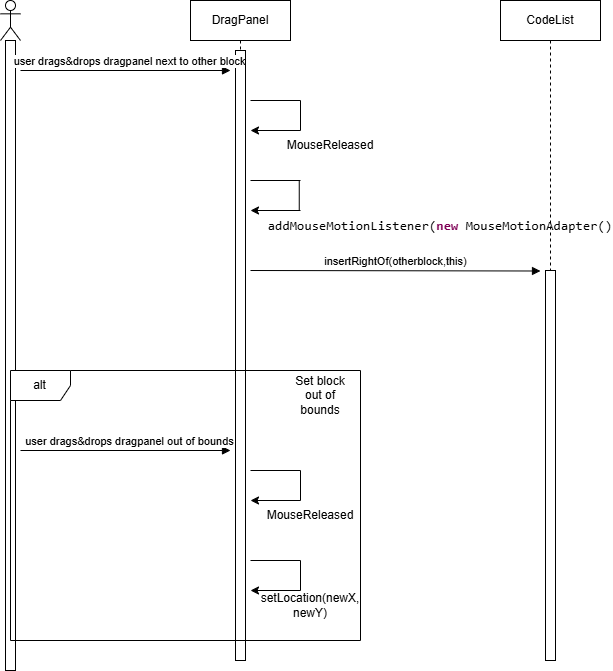
Before: 3-paradoteo/Sequence use case 5.drawio.png, a diagram exported from draw.io (VasilisMichanetzis/Software-engineering-project-2025). Source tidied: cells renumbered, new cells last; positions are measured from the earlier drawing's top-left corner, leaving out a move shared by most shapes. Its diagram source:
```xml
<mxGraphModel>
  <root>
    <mxCell id="0" />
    <mxCell id="1" parent="0" />
    <mxCell id="2" style="shape=umlLifeline;perimeter=lifelinePerimeter;whiteSpace=wrap;html=1;newEdgeStyle={&quot;curved&quot;:0,&quot;rounded&quot;:0};participant=umlActor;" parent="1" vertex="1">
      <mxGeometry width="20" height="670" as="geometry" />
    </mxCell>
    <mxCell id="3" style="html=1;perimeter=orthogonalPerimeter;targetShapes=umlLifeline;newEdgeStyle={&quot;curved&quot;:0,&quot;rounded&quot;:0};" parent="2" vertex="1">
      <mxGeometry x="5" y="40" width="10" height="630" as="geometry" />
    </mxCell>
    <mxCell id="4" value="DragPanel" style="shape=umlLifeline;perimeter=lifelinePerimeter;whiteSpace=wrap;html=1;newEdgeStyle={&quot;curved&quot;:0,&quot;rounded&quot;:0};" parent="1" vertex="1">
      <mxGeometry x="190" width="100" height="660" as="geometry" />
    </mxCell>
    <mxCell id="5" style="html=1;perimeter=orthogonalPerimeter;targetShapes=umlLifeline;newEdgeStyle={&quot;curved&quot;:0,&quot;rounded&quot;:0};" parent="4" vertex="1">
      <mxGeometry x="45" y="50" width="10" height="610" as="geometry" />
    </mxCell>
    <mxCell id="6" value="user drags&amp;amp;drops dragpanel next to other block" style="html=1;verticalAlign=bottom;endArrow=block;curved=0;rounded=0;" parent="1" edge="1">
      <mxGeometry x="0.05" relative="1" as="geometry">
        <mxPoint x="20" y="70" as="sourcePoint" />
        <mxPoint x="230" y="70" as="targetPoint" />
      </mxGeometry>
    </mxCell>
    <mxCell id="7" style="endArrow=none;html=1;rounded=0;" parent="1" edge="1">
      <mxGeometry relative="1" as="geometry">
        <mxPoint x="250" y="100" as="sourcePoint" />
        <mxPoint x="300" y="100" as="targetPoint" />
      </mxGeometry>
    </mxCell>
    <mxCell id="8" style="endArrow=classic;html=1;rounded=0;" parent="1" edge="1">
      <mxGeometry relative="1" as="geometry">
        <mxPoint x="300" y="500" as="sourcePoint" />
        <mxPoint x="250" y="500" as="targetPoint" />
      </mxGeometry>
    </mxCell>
    <mxCell id="9" style="endArrow=none;html=1;rounded=0;" parent="1" edge="1">
      <mxGeometry relative="1" as="geometry">
        <mxPoint x="300" y="130" as="sourcePoint" />
        <mxPoint x="300" y="100" as="targetPoint" />
      </mxGeometry>
    </mxCell>
    <mxCell id="10" value="MouseReleased" style="text;html=1;align=center;verticalAlign=middle;whiteSpace=wrap;rounded=0;" parent="1" vertex="1">
      <mxGeometry x="300" y="130" width="60" height="30" as="geometry" />
    </mxCell>
    <mxCell id="11" value="CodeList" style="shape=umlLifeline;perimeter=lifelinePerimeter;whiteSpace=wrap;html=1;newEdgeStyle={&quot;curved&quot;:0,&quot;rounded&quot;:0};" parent="1" vertex="1">
      <mxGeometry x="500" width="100" height="660" as="geometry" />
    </mxCell>
    <mxCell id="12" style="html=1;perimeter=orthogonalPerimeter;targetShapes=umlLifeline;newEdgeStyle={&quot;curved&quot;:0,&quot;rounded&quot;:0};" parent="11" vertex="1">
      <mxGeometry x="45" y="270" width="10" height="390" as="geometry" />
    </mxCell>
    <mxCell id="13" value="insertRightOf(otherblock,this)" style="html=1;verticalAlign=bottom;endArrow=block;curved=0;rounded=0;" parent="1" edge="1">
      <mxGeometry relative="1" as="geometry">
        <mxPoint x="250" y="270" as="sourcePoint" />
        <mxPoint x="540" y="270.5" as="targetPoint" />
      </mxGeometry>
    </mxCell>
    <mxCell id="14" value="alt" style="shape=umlFrame;whiteSpace=wrap;html=1;" parent="1" vertex="1">
      <mxGeometry x="10" y="370" width="350" height="270" as="geometry" />
    </mxCell>
    <mxCell id="15" value="user drags&amp;amp;drops dragpanel out of bounds" style="html=1;verticalAlign=bottom;endArrow=block;curved=0;rounded=0;" parent="1" edge="1">
      <mxGeometry x="0.05" relative="1" as="geometry">
        <mxPoint x="20" y="450" as="sourcePoint" />
        <mxPoint x="230" y="450" as="targetPoint" />
      </mxGeometry>
    </mxCell>
    <mxCell id="16" style="endArrow=none;html=1;rounded=0;" parent="1" edge="1">
      <mxGeometry relative="1" as="geometry">
        <mxPoint x="250" y="470" as="sourcePoint" />
        <mxPoint x="300" y="470" as="targetPoint" />
      </mxGeometry>
    </mxCell>
    <mxCell id="17" style="endArrow=classic;html=1;rounded=0;" parent="1" edge="1">
      <mxGeometry relative="1" as="geometry">
        <mxPoint x="300" y="130" as="sourcePoint" />
        <mxPoint x="250" y="130" as="targetPoint" />
      </mxGeometry>
    </mxCell>
    <mxCell id="18" style="endArrow=none;html=1;rounded=0;" parent="1" edge="1">
      <mxGeometry relative="1" as="geometry">
        <mxPoint x="300" y="500" as="sourcePoint" />
        <mxPoint x="300" y="470" as="targetPoint" />
      </mxGeometry>
    </mxCell>
    <mxCell id="19" value="MouseReleased" style="text;html=1;align=center;verticalAlign=middle;whiteSpace=wrap;rounded=0;" parent="1" vertex="1">
      <mxGeometry x="280" y="500" width="60" height="30" as="geometry" />
    </mxCell>
    <mxCell id="20" style="endArrow=classic;html=1;rounded=0;" parent="1" edge="1">
      <mxGeometry relative="1" as="geometry">
        <mxPoint x="300" y="590" as="sourcePoint" />
        <mxPoint x="250" y="590" as="targetPoint" />
      </mxGeometry>
    </mxCell>
    <mxCell id="21" style="endArrow=none;html=1;rounded=0;" parent="1" edge="1">
      <mxGeometry relative="1" as="geometry">
        <mxPoint x="250" y="560" as="sourcePoint" />
        <mxPoint x="300" y="560" as="targetPoint" />
      </mxGeometry>
    </mxCell>
    <mxCell id="22" style="endArrow=none;html=1;rounded=0;" parent="1" edge="1">
      <mxGeometry relative="1" as="geometry">
        <mxPoint x="300" y="590" as="sourcePoint" />
        <mxPoint x="300" y="560" as="targetPoint" />
      </mxGeometry>
    </mxCell>
    <mxCell id="23" value="setLocation(newX, newY)" style="text;html=1;align=center;verticalAlign=middle;whiteSpace=wrap;rounded=0;" parent="1" vertex="1">
      <mxGeometry x="280" y="590" width="60" height="30" as="geometry" />
    </mxCell>
    <mxCell id="24" value="Set block out of bounds" style="text;html=1;align=center;verticalAlign=middle;whiteSpace=wrap;rounded=0;" parent="1" vertex="1">
      <mxGeometry x="290" y="380" width="60" height="30" as="geometry" />
    </mxCell>
    <mxCell id="25" style="endArrow=none;html=1;rounded=0;" parent="1" edge="1">
      <mxGeometry relative="1" as="geometry">
        <mxPoint x="250" y="180" as="sourcePoint" />
        <mxPoint x="300" y="180" as="targetPoint" />
      </mxGeometry>
    </mxCell>
    <mxCell id="26" style="endArrow=classic;html=1;rounded=0;" parent="1" edge="1">
      <mxGeometry relative="1" as="geometry">
        <mxPoint x="300" y="210" as="sourcePoint" />
        <mxPoint x="250" y="210" as="targetPoint" />
      </mxGeometry>
    </mxCell>
    <mxCell id="27" style="endArrow=none;html=1;rounded=0;" parent="1" edge="1">
      <mxGeometry relative="1" as="geometry">
        <mxPoint x="298.8" y="210" as="sourcePoint" />
        <mxPoint x="298.8" y="180" as="targetPoint" />
      </mxGeometry>
    </mxCell>
    <mxCell id="28" value="&lt;span style=&quot;font-family: Consolas; font-size: 13.3333px; text-align: left; white-space: pre; color: rgb(0, 0, 0);&quot;&gt;addMouseMotionListener(&lt;/span&gt;&lt;span style=&quot;font-family: Consolas; font-size: 13.3333px; text-align: left; white-space: pre; color: rgb(127, 0, 85); font-weight: bold;&quot;&gt;new&lt;/span&gt;&lt;span style=&quot;font-family: Consolas; font-size: 13.3333px; text-align: left; white-space: pre; color: rgb(0, 0, 0);&quot;&gt; MouseMotionAdapter()&lt;/span&gt;" style="text;html=1;align=center;verticalAlign=middle;whiteSpace=wrap;rounded=0;" parent="1" vertex="1">
      <mxGeometry x="410" y="210" width="60" height="30" as="geometry" />
    </mxCell>
  </root>
</mxGraphModel>
```
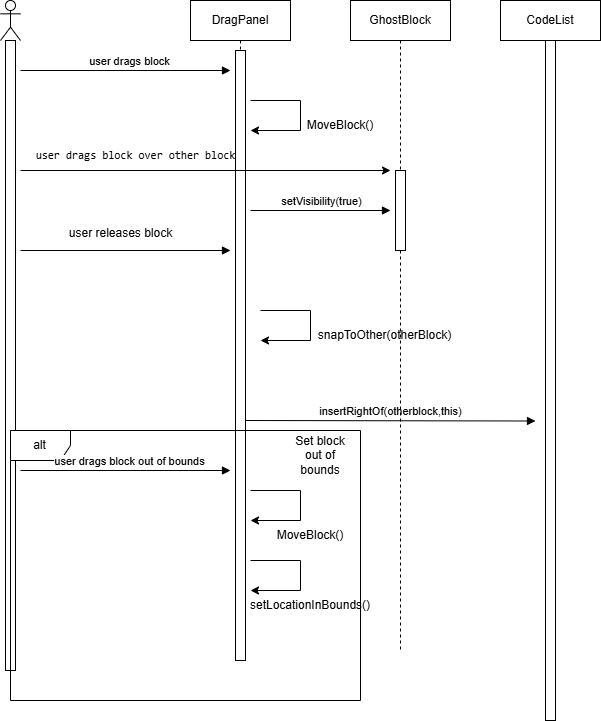
The same diagram one commit later.

Change to the diagram source:
```diff
@@ -14,7 +14,7 @@
     <mxCell id="5" style="html=1;perimeter=orthogonalPerimeter;targetShapes=umlLifeline;newEdgeStyle={&quot;curved&quot;:0,&quot;rounded&quot;:0};" parent="4" vertex="1">
       <mxGeometry x="45" y="50" width="10" height="610" as="geometry" />
     </mxCell>
-    <mxCell id="6" value="user drags&amp;amp;drops dragpanel next to other block" style="html=1;verticalAlign=bottom;endArrow=block;curved=0;rounded=0;" parent="1" edge="1">
+    <mxCell id="6" value="user drags block" style="html=1;verticalAlign=bottom;endArrow=block;curved=0;rounded=0;" parent="1" edge="1">
       <mxGeometry x="0.05" relative="1" as="geometry">
         <mxPoint x="20" y="70" as="sourcePoint" />
         <mxPoint x="230" y="70" as="targetPoint" />
@@ -28,8 +28,8 @@
     </mxCell>
     <mxCell id="8" style="endArrow=classic;html=1;rounded=0;" parent="1" edge="1">
       <mxGeometry relative="1" as="geometry">
-        <mxPoint x="300" y="500" as="sourcePoint" />
-        <mxPoint x="250" y="500" as="targetPoint" />
+        <mxPoint x="300" y="520" as="sourcePoint" />
+        <mxPoint x="250" y="520" as="targetPoint" />
       </mxGeometry>
     </mxCell>
     <mxCell id="9" style="endArrow=none;html=1;rounded=0;" parent="1" edge="1">
@@ -38,34 +38,34 @@
         <mxPoint x="300" y="100" as="targetPoint" />
       </mxGeometry>
     </mxCell>
-    <mxCell id="10" value="MouseReleased" style="text;html=1;align=center;verticalAlign=middle;whiteSpace=wrap;rounded=0;" parent="1" vertex="1">
-      <mxGeometry x="300" y="130" width="60" height="30" as="geometry" />
+    <mxCell id="10" value="MoveBlock()" style="text;html=1;align=center;verticalAlign=middle;whiteSpace=wrap;rounded=0;" parent="1" vertex="1">
+      <mxGeometry x="310" y="110" width="60" height="30" as="geometry" />
     </mxCell>
     <mxCell id="11" value="CodeList" style="shape=umlLifeline;perimeter=lifelinePerimeter;whiteSpace=wrap;html=1;newEdgeStyle={&quot;curved&quot;:0,&quot;rounded&quot;:0};" parent="1" vertex="1">
-      <mxGeometry x="500" width="100" height="660" as="geometry" />
+      <mxGeometry x="500" width="100" height="720" as="geometry" />
     </mxCell>
     <mxCell id="12" style="html=1;perimeter=orthogonalPerimeter;targetShapes=umlLifeline;newEdgeStyle={&quot;curved&quot;:0,&quot;rounded&quot;:0};" parent="11" vertex="1">
-      <mxGeometry x="45" y="270" width="10" height="390" as="geometry" />
+      <mxGeometry x="45" y="40" width="10" height="680" as="geometry" />
     </mxCell>
     <mxCell id="13" value="insertRightOf(otherblock,this)" style="html=1;verticalAlign=bottom;endArrow=block;curved=0;rounded=0;" parent="1" edge="1">
       <mxGeometry relative="1" as="geometry">
-        <mxPoint x="250" y="270" as="sourcePoint" />
-        <mxPoint x="540" y="270.5" as="targetPoint" />
+        <mxPoint x="245" y="420" as="sourcePoint" />
+        <mxPoint x="535" y="420.5" as="targetPoint" />
       </mxGeometry>
     </mxCell>
     <mxCell id="14" value="alt" style="shape=umlFrame;whiteSpace=wrap;html=1;" parent="1" vertex="1">
-      <mxGeometry x="10" y="370" width="350" height="270" as="geometry" />
+      <mxGeometry x="10" y="430" width="350" height="270" as="geometry" />
     </mxCell>
-    <mxCell id="15" value="user drags&amp;amp;drops dragpanel out of bounds" style="html=1;verticalAlign=bottom;endArrow=block;curved=0;rounded=0;" parent="1" edge="1">
+    <mxCell id="15" value="user drags block out of bounds" style="html=1;verticalAlign=bottom;endArrow=block;curved=0;rounded=0;" parent="1" edge="1">
       <mxGeometry x="0.05" relative="1" as="geometry">
-        <mxPoint x="20" y="450" as="sourcePoint" />
-        <mxPoint x="230" y="450" as="targetPoint" />
+        <mxPoint x="20" y="470" as="sourcePoint" />
+        <mxPoint x="230" y="470" as="targetPoint" />
       </mxGeometry>
     </mxCell>
     <mxCell id="16" style="endArrow=none;html=1;rounded=0;" parent="1" edge="1">
       <mxGeometry relative="1" as="geometry">
-        <mxPoint x="250" y="470" as="sourcePoint" />
-        <mxPoint x="300" y="470" as="targetPoint" />
+        <mxPoint x="250" y="490" as="sourcePoint" />
+        <mxPoint x="300" y="490" as="targetPoint" />
       </mxGeometry>
     </mxCell>
     <mxCell id="17" style="endArrow=classic;html=1;rounded=0;" parent="1" edge="1">
@@ -76,12 +76,12 @@
     </mxCell>
     <mxCell id="18" style="endArrow=none;html=1;rounded=0;" parent="1" edge="1">
       <mxGeometry relative="1" as="geometry">
-        <mxPoint x="300" y="500" as="sourcePoint" />
-        <mxPoint x="300" y="470" as="targetPoint" />
+        <mxPoint x="300" y="520" as="sourcePoint" />
+        <mxPoint x="300" y="490" as="targetPoint" />
       </mxGeometry>
     </mxCell>
-    <mxCell id="19" value="MouseReleased" style="text;html=1;align=center;verticalAlign=middle;whiteSpace=wrap;rounded=0;" parent="1" vertex="1">
-      <mxGeometry x="280" y="500" width="60" height="30" as="geometry" />
+    <mxCell id="19" value="MoveBlock()" style="text;html=1;align=center;verticalAlign=middle;whiteSpace=wrap;rounded=0;" parent="1" vertex="1">
+      <mxGeometry x="280" y="520" width="60" height="30" as="geometry" />
     </mxCell>
     <mxCell id="20" style="endArrow=classic;html=1;rounded=0;" parent="1" edge="1">
       <mxGeometry relative="1" as="geometry">
@@ -101,32 +101,62 @@
         <mxPoint x="300" y="560" as="targetPoint" />
       </mxGeometry>
     </mxCell>
-    <mxCell id="23" value="setLocation(newX, newY)" style="text;html=1;align=center;verticalAlign=middle;whiteSpace=wrap;rounded=0;" parent="1" vertex="1">
+    <mxCell id="23" value="setLocationInBounds()" style="text;html=1;align=center;verticalAlign=middle;whiteSpace=wrap;rounded=0;" parent="1" vertex="1">
       <mxGeometry x="280" y="590" width="60" height="30" as="geometry" />
     </mxCell>
     <mxCell id="24" value="Set block out of bounds" style="text;html=1;align=center;verticalAlign=middle;whiteSpace=wrap;rounded=0;" parent="1" vertex="1">
-      <mxGeometry x="290" y="380" width="60" height="30" as="geometry" />
+      <mxGeometry x="290" y="440" width="60" height="30" as="geometry" />
     </mxCell>
-    <mxCell id="25" style="endArrow=none;html=1;rounded=0;" parent="1" edge="1">
-      <mxGeometry relative="1" as="geometry">
-        <mxPoint x="250" y="180" as="sourcePoint" />
-        <mxPoint x="300" y="180" as="targetPoint" />
-      </mxGeometry>
-    </mxCell>
-    <mxCell id="26" style="endArrow=classic;html=1;rounded=0;" parent="1" edge="1">
-      <mxGeometry relative="1" as="geometry">
-        <mxPoint x="300" y="210" as="sourcePoint" />
-        <mxPoint x="250" y="210" as="targetPoint" />
-      </mxGeometry>
-    </mxCell>
-    <mxCell id="27" style="endArrow=none;html=1;rounded=0;" parent="1" edge="1">
-      <mxGeometry relative="1" as="geometry">
-        <mxPoint x="298.8" y="210" as="sourcePoint" />
-        <mxPoint x="298.8" y="180" as="targetPoint" />
-      </mxGeometry>
-    </mxCell>
-    <mxCell id="28" value="&lt;span style=&quot;font-family: Consolas; font-size: 13.3333px; text-align: left; white-space: pre; color: rgb(0, 0, 0);&quot;&gt;addMouseMotionListener(&lt;/span&gt;&lt;span style=&quot;font-family: Consolas; font-size: 13.3333px; text-align: left; white-space: pre; color: rgb(127, 0, 85); font-weight: bold;&quot;&gt;new&lt;/span&gt;&lt;span style=&quot;font-family: Consolas; font-size: 13.3333px; text-align: left; white-space: pre; color: rgb(0, 0, 0);&quot;&gt; MouseMotionAdapter()&lt;/span&gt;" style="text;html=1;align=center;verticalAlign=middle;whiteSpace=wrap;rounded=0;" parent="1" vertex="1">
-      <mxGeometry x="410" y="210" width="60" height="30" as="geometry" />
-    </mxCell>
+    <mxCell id="29" value="GhostBlock" style="shape=umlLifeline;perimeter=lifelinePerimeter;whiteSpace=wrap;html=1;newEdgeStyle={&quot;curved&quot;:0,&quot;rounded&quot;:0};" parent="1" vertex="1">
+      <mxGeometry x="350" width="100" height="650" as="geometry" />
+    </mxCell>
+    <mxCell id="30" style="html=1;perimeter=orthogonalPerimeter;targetShapes=umlLifeline;newEdgeStyle={&quot;curved&quot;:0,&quot;rounded&quot;:0};" parent="29" vertex="1">
+      <mxGeometry x="45" y="170" width="10" height="80" as="geometry" />
+    </mxCell>
+    <mxCell id="31" style="endArrow=classic;html=1;rounded=0;" parent="1" edge="1">
+      <mxGeometry relative="1" as="geometry">
+        <mxPoint x="20" y="170" as="sourcePoint" />
+        <mxPoint x="390" y="170" as="targetPoint" />
+      </mxGeometry>
+    </mxCell>
+    <mxCell id="32" value="&lt;font face=&quot;Consolas&quot;&gt;&lt;span style=&quot;white-space-collapse: preserve; background-color: rgb(255, 255, 255);&quot;&gt;user drags block over other block&lt;/span&gt;&lt;/font&gt;" style="text;html=1;align=center;verticalAlign=middle;strokeColor=none;fillColor=none;fontSize=11;" parent="1" vertex="1">
+      <mxGeometry x="25" y="140" width="220" height="30" as="geometry" />
+    </mxCell>
+    <mxCell id="33" value="setVisibility(true)" style="html=1;verticalAlign=bottom;endArrow=block;curved=0;rounded=0;" parent="1" edge="1">
+      <mxGeometry relative="1" as="geometry">
+        <mxPoint x="250" y="210" as="sourcePoint" />
+        <mxPoint x="390" y="210" as="targetPoint" />
+      </mxGeometry>
+    </mxCell>
+    <mxCell id="34" style="html=1;verticalAlign=bottom;endArrow=block;curved=0;rounded=0;" parent="1" edge="1">
+      <mxGeometry relative="1" as="geometry">
+        <mxPoint x="20" y="250" as="sourcePoint" />
+        <mxPoint x="230" y="250" as="targetPoint" />
+      </mxGeometry>
+    </mxCell>
+    <mxCell id="35" value="user releases block" style="text;html=1;align=center;verticalAlign=middle;strokeColor=none;fillColor=none;" parent="1" vertex="1">
+      <mxGeometry x="55" y="218" width="130" height="30" as="geometry" />
+    </mxCell>
+    <mxCell id="36" style="endArrow=none;html=1;rounded=0;" parent="1" edge="1">
+      <mxGeometry relative="1" as="geometry">
+        <mxPoint x="260" y="310" as="sourcePoint" />
+        <mxPoint x="310" y="310" as="targetPoint" />
+      </mxGeometry>
+    </mxCell>
+    <mxCell id="37" style="endArrow=none;html=1;rounded=0;" parent="1" edge="1">
+      <mxGeometry relative="1" as="geometry">
+        <mxPoint x="310" y="310" as="sourcePoint" />
+        <mxPoint x="310" y="340" as="targetPoint" />
+      </mxGeometry>
+    </mxCell>
+    <mxCell id="38" value="snapToOther(otherBlock)" style="text;html=1;align=center;verticalAlign=middle;strokeColor=none;fillColor=none;" parent="1" vertex="1">
+      <mxGeometry x="304" y="320" width="160" height="30" as="geometry" />
+    </mxCell>
+    <mxCell id="39" style="endArrow=classic;html=1;rounded=0;" parent="1" edge="1">
+      <mxGeometry relative="1" as="geometry">
+        <mxPoint x="310" y="340" as="sourcePoint" />
+        <mxPoint x="260" y="340" as="targetPoint" />
+      </mxGeometry>
+    </mxCell>
   </root>
 </mxGraphModel>
```
